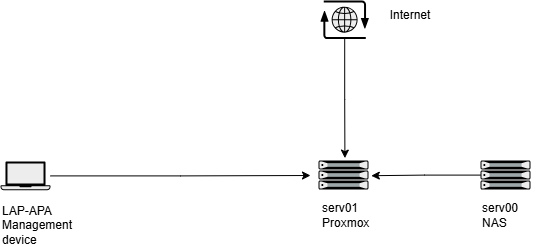
Earlier version of the draw.io export assets/diagrams/schéma.png (kota-shen/kota-shen). Source tidied: cells renumbered, new cells last; positions are measured from the earlier drawing's top-left corner, leaving out a move shared by most shapes. Its diagram source:
```xml
<mxGraphModel>
  <root>
    <mxCell id="0" />
    <mxCell id="1" parent="0" />
    <mxCell id="2" style="shape=mxgraph.networks2.icon;fillColor=#EDEDED;strokeColor=#000000;gradientColor=#5B6163;network2IconShadow=1;network2bgFillColor=none;labelPosition=center;verticalLabelPosition=bottom;align=center;verticalAlign=top;network2Icon=mxgraph.networks2.internet;network2IconXOffset=0.0012;network2IconYOffset=0.0035;network2IconW=0.9677;network2IconH=0.7722;" parent="1" vertex="1">
      <mxGeometry x="320" width="48.4" height="38.6" as="geometry" />
    </mxCell>
    <mxCell id="3" style="fillColorStyles=neutralFill;neutralFill=#9DA6A8;shape=mxgraph.networks2.icon;fillColor=#EDEDED;strokeColor=#000000;gradientColor=#5B6163;network2IconShadow=1;network2bgFillColor=none;labelPosition=center;verticalLabelPosition=bottom;align=center;verticalAlign=top;network2Icon=mxgraph.networks2.server;network2IconW=1.0001;network2IconH=0.5812;" parent="1" vertex="1">
      <mxGeometry x="318" y="160" width="50" height="29.1" as="geometry" />
    </mxCell>
    <mxCell id="4" value="serv01&lt;div&gt;Proxmox&lt;/div&gt;" style="text;html=1;whiteSpace=wrap;strokeColor=none;fillColor=none;align=left;verticalAlign=middle;rounded=0;" parent="1" vertex="1">
      <mxGeometry x="320" y="200" width="60" height="30" as="geometry" />
    </mxCell>
    <mxCell id="5" style="edgeStyle=orthogonalEdgeStyle;rounded=0;jettySize=auto;html=1;entryX=0.528;entryY=-0.083;entryDx=0;entryDy=0;entryPerimeter=0;" parent="1" edge="1" source="2" target="3">
      <mxGeometry relative="1" as="geometry" />
    </mxCell>
    <mxCell id="6" style="fillColorStyles=neutralFill;neutralFill=#9DA6A8;shape=mxgraph.networks2.icon;fillColor=#EDEDED;strokeColor=#000000;gradientColor=#5B6163;network2IconShadow=1;network2bgFillColor=none;labelPosition=center;verticalLabelPosition=bottom;align=center;verticalAlign=top;network2Icon=mxgraph.networks2.server;network2IconW=1.0001;network2IconH=0.5812;" parent="1" vertex="1">
      <mxGeometry x="480" y="160" width="50" height="29.1" as="geometry" />
    </mxCell>
    <mxCell id="7" value="serv00&lt;div&gt;NAS&lt;/div&gt;" style="text;html=1;whiteSpace=wrap;strokeColor=none;fillColor=none;align=left;verticalAlign=middle;rounded=0;" parent="1" vertex="1">
      <mxGeometry x="480" y="200" width="60" height="30" as="geometry" />
    </mxCell>
    <mxCell id="8" style="edgeStyle=orthogonalEdgeStyle;rounded=0;jettySize=auto;html=1;entryX=1.056;entryY=0.523;entryDx=0;entryDy=0;entryPerimeter=0;" parent="1" edge="1" source="6" target="3">
      <mxGeometry relative="1" as="geometry" />
    </mxCell>
    <mxCell id="9" style="shape=mxgraph.networks2.icon;fillColor=#EDEDED;strokeColor=#000000;gradientColor=#5B6163;network2IconShadow=1;network2bgFillColor=none;labelPosition=center;verticalLabelPosition=bottom;align=center;verticalAlign=top;network2Icon=mxgraph.networks2.laptop;network2IconW=1;network2IconH=0.5734;" parent="1" vertex="1">
      <mxGeometry y="161" width="50" height="28.7" as="geometry" />
    </mxCell>
    <mxCell id="10" value="LAP-APA&lt;div&gt;Management device&lt;/div&gt;" style="text;html=1;whiteSpace=wrap;strokeColor=none;fillColor=none;align=left;verticalAlign=middle;rounded=0;" parent="1" vertex="1">
      <mxGeometry y="210" width="60" height="30" as="geometry" />
    </mxCell>
    <mxCell id="11" style="edgeStyle=orthogonalEdgeStyle;rounded=0;jettySize=auto;html=1;" parent="1" edge="1" source="9">
      <mxGeometry relative="1" as="geometry">
        <mxPoint x="310" y="175" as="targetPoint" />
      </mxGeometry>
    </mxCell>
    <mxCell id="12" value="Internet" style="text;html=1;whiteSpace=wrap;strokeColor=none;fillColor=none;align=center;verticalAlign=middle;rounded=0;" parent="1" vertex="1">
      <mxGeometry x="380" width="60" height="30" as="geometry" />
    </mxCell>
  </root>
</mxGraphModel>
```
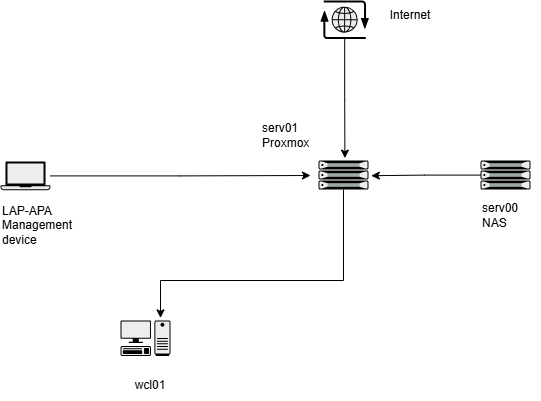
The same file after the commit.

What changed in the source:
```diff
@@ -9,7 +9,7 @@
       <mxGeometry x="318" y="160" width="50" height="29.1" as="geometry" />
     </mxCell>
     <mxCell id="4" value="serv01&lt;div&gt;Proxmox&lt;/div&gt;" style="text;html=1;whiteSpace=wrap;strokeColor=none;fillColor=none;align=left;verticalAlign=middle;rounded=0;" parent="1" vertex="1">
-      <mxGeometry x="320" y="200" width="60" height="30" as="geometry" />
+      <mxGeometry x="260" y="120" width="60" height="30" as="geometry" />
     </mxCell>
     <mxCell id="5" style="edgeStyle=orthogonalEdgeStyle;rounded=0;jettySize=auto;html=1;entryX=0.528;entryY=-0.083;entryDx=0;entryDy=0;entryPerimeter=0;" parent="1" edge="1" source="2" target="3">
       <mxGeometry relative="1" as="geometry" />
@@ -37,5 +37,19 @@
     <mxCell id="12" value="Internet" style="text;html=1;whiteSpace=wrap;strokeColor=none;fillColor=none;align=center;verticalAlign=middle;rounded=0;" parent="1" vertex="1">
       <mxGeometry x="380" width="60" height="30" as="geometry" />
     </mxCell>
+    <mxCell id="13" style="shape=mxgraph.networks2.icon;fillColor=#EDEDED;strokeColor=#000000;gradientColor=#5B6163;network2IconShadow=1;network2bgFillColor=none;labelPosition=center;verticalLabelPosition=bottom;align=center;verticalAlign=top;network2Icon=mxgraph.networks2.pc;network2IconYOffset=-0.0593;network2IconW=0.9999;network2IconH=0.7096;" parent="1" vertex="1">
+      <mxGeometry x="120" y="320" width="50" height="35.5" as="geometry" />
+    </mxCell>
+    <mxCell id="14" value="wcl01" style="text;html=1;whiteSpace=wrap;strokeColor=none;fillColor=none;align=center;verticalAlign=middle;rounded=0;" parent="1" vertex="1">
+      <mxGeometry x="120" y="370" width="60" height="30" as="geometry" />
+    </mxCell>
+    <mxCell id="15" style="edgeStyle=orthogonalEdgeStyle;rounded=0;jettySize=auto;html=1;entryX=0.8;entryY=-0.073;entryDx=0;entryDy=0;entryPerimeter=0;" parent="1" edge="1" source="3" target="13">
+      <mxGeometry relative="1" as="geometry">
+        <Array as="points">
+          <mxPoint x="343" y="280" />
+          <mxPoint x="160" y="280" />
+        </Array>
+      </mxGeometry>
+    </mxCell>
   </root>
 </mxGraphModel>
```
